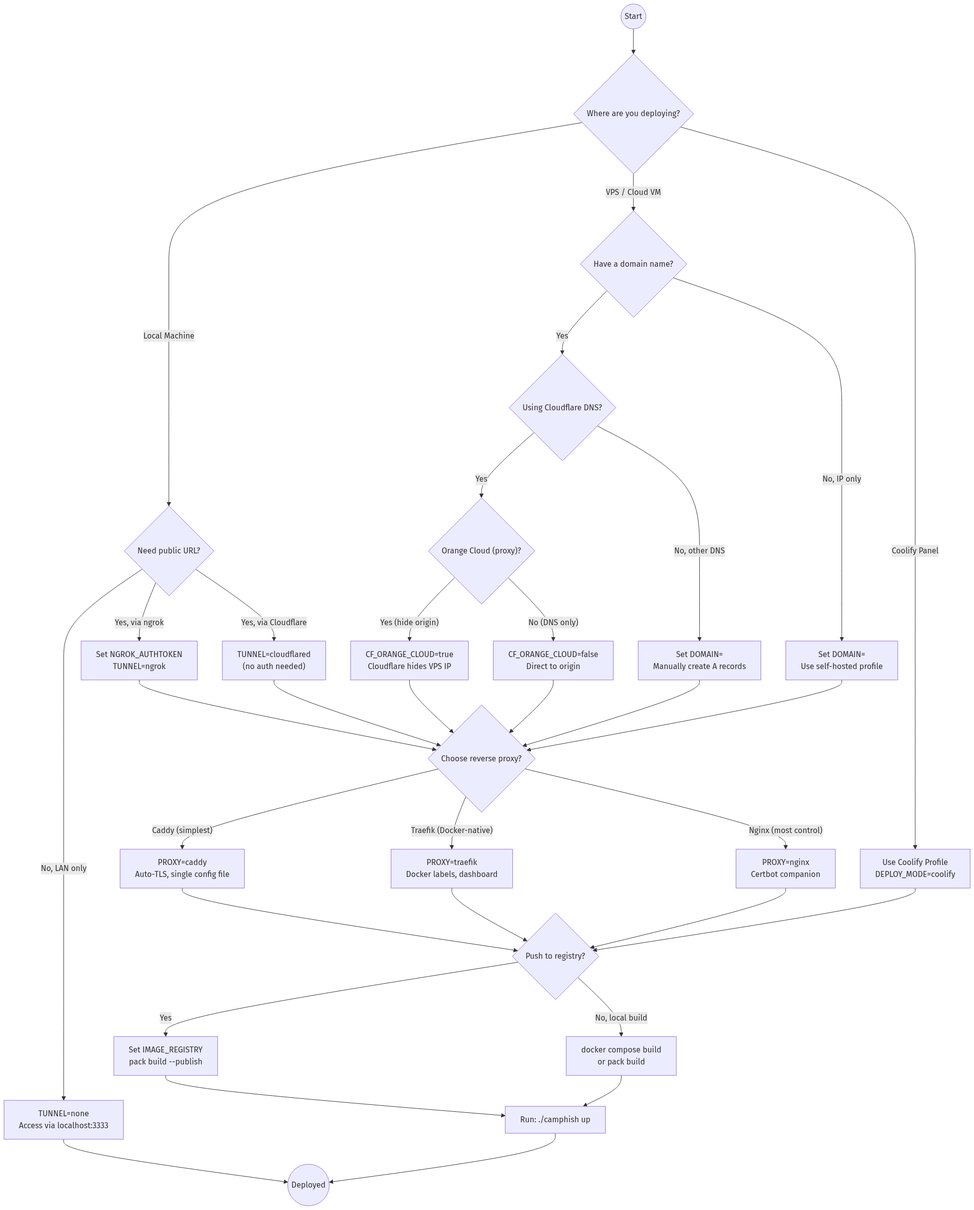
This is docs/diagrams/deployment-decision-tree.png from yashodhank/CamPhish, a Mermaid export, as it was before one commit. Its source is kept beside it as docs/diagrams/deployment-decision-tree.mmd.
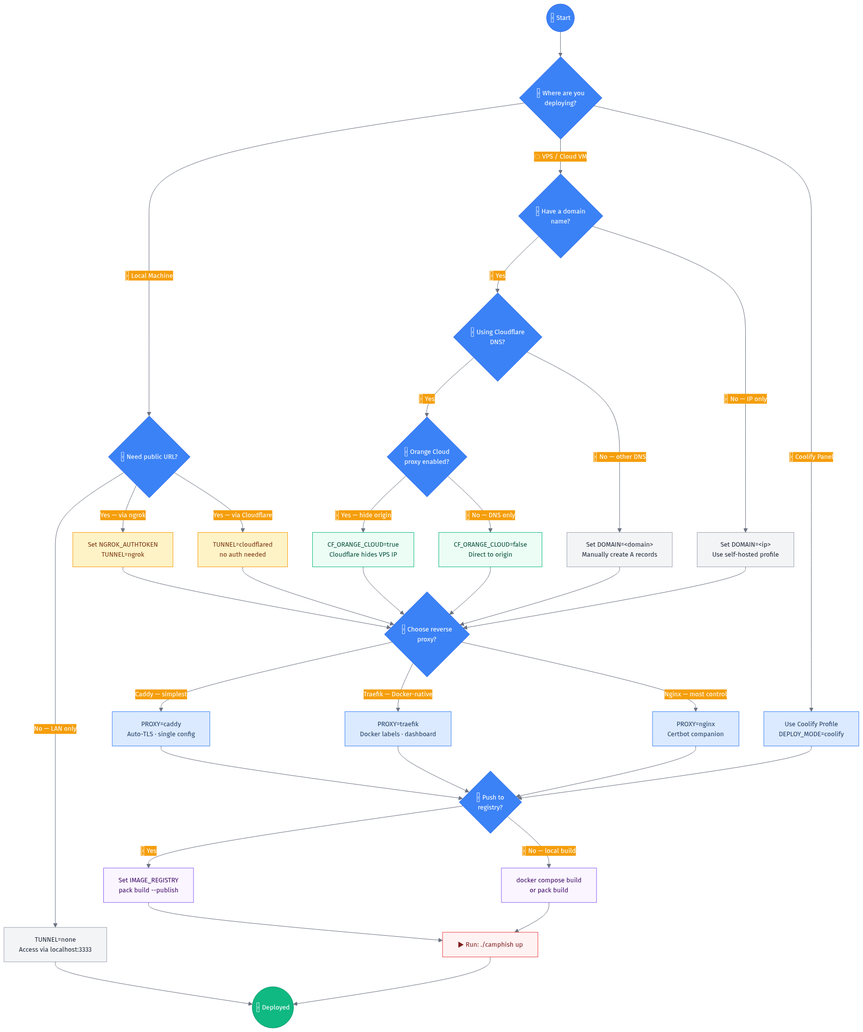
The same file after the commit.

What changed in the source:
```diff
@@ -1,24 +1,25 @@
+%%{init: {'theme': 'base', 'themeVariables': {'primaryColor': '#3b82f6','primaryTextColor': '#ffffff','primaryBorderColor': '#2563eb','lineColor': '#6b7280','secondaryColor': '#f59e0b','tertiaryColor': '#10b981','fontSize': '13px'}}}%%
 flowchart TD
-  START((Start)) --> Q1{"Where are you deploying?"}
+  START((🚀 Start)) --> Q1{"📍 Where are you\n deploying?"}
 
-  Q1 -->|"Local Machine"| Q2{"Need public URL?"}
-  Q1 -->|"VPS / Cloud VM"| Q3{"Have a domain name?"}
-  Q1 -->|"Coolify Panel"| COOLIFY["Use Coolify Profile\nDEPLOY_MODE=coolify"]
+  Q1 -->|"🖥 Local Machine"| Q2{"🔗 Need public URL?"}
+  Q1 -->|"☁ VPS / Cloud VM"| Q3{"🌐 Have a domain\n name?"}
+  Q1 -->|"📦 Coolify Panel"| COOLIFY["Use Coolify Profile\nDEPLOY_MODE=coolify"]
 
-  Q2 -->|"Yes, via ngrok"| NGROK_SETUP["Set NGROK_AUTHTOKEN\nTUNNEL=ngrok"]
-  Q2 -->|"Yes, via Cloudflare"| CF_SETUP["TUNNEL=cloudflared\n(no auth needed)"]
-  Q2 -->|"No, LAN only"| LAN["TUNNEL=none\nAccess via localhost:3333"]
+  Q2 -->|"Yes — via ngrok"| NGROK_SETUP["Set NGROK_AUTHTOKEN\nTUNNEL=ngrok"]
+  Q2 -->|"Yes — via Cloudflare"| CF_SETUP["TUNNEL=cloudflared\nno auth needed"]
+  Q2 -->|"No — LAN only"| LAN["TUNNEL=none\nAccess via localhost:3333"]
 
-  Q3 -->|"Yes"| Q4{"Using Cloudflare DNS?"}
-  Q3 -->|"No, IP only"| IP_ONLY["Set DOMAIN=<ip>\nUse self-hosted profile"]
+  Q3 -->|"✅ Yes"| Q4{"🛡 Using Cloudflare\n DNS?"}
+  Q3 -->|"❌ No — IP only"| IP_ONLY["Set DOMAIN=&lt;ip&gt;\nUse self-hosted profile"]
 
-  Q4 -->|"Yes"| Q5{"Orange Cloud (proxy)?"}
-  Q4 -->|"No, other DNS"| MANUAL_DNS["Set DOMAIN=<domain>\nManually create A records"]
+  Q4 -->|"✅ Yes"| Q5{"🟠 Orange Cloud\n proxy enabled?"}
+  Q4 -->|"❌ No — other DNS"| MANUAL_DNS["Set DOMAIN=&lt;domain&gt;\nManually create A records"]
 
-  Q5 -->|"Yes (hide origin)"| CF_PROXY["CF_ORANGE_CLOUD=true\nCloudflare hides VPS IP"]
-  Q5 -->|"No (DNS only)"| CF_DNS_ONLY["CF_ORANGE_CLOUD=false\nDirect to origin"]
+  Q5 -->|"✅ Yes — hide origin"| CF_PROXY["CF_ORANGE_CLOUD=true\nCloudflare hides VPS IP"]
+  Q5 -->|"❌ No — DNS only"| CF_DNS_ONLY["CF_ORANGE_CLOUD=false\nDirect to origin"]
 
-  NGROK_SETUP --> Q6{"Choose reverse proxy?"}
+  NGROK_SETUP --> Q6{"🔀 Choose reverse\n proxy?"}
   CF_SETUP --> Q6
   LAN --> DONE
 
@@ -27,19 +28,36 @@
   MANUAL_DNS --> Q6
   IP_ONLY --> Q6
 
-  Q6 -->|"Caddy (simplest)"| CADDY["PROXY=caddy\nAuto-TLS, single config file"]
-  Q6 -->|"Traefik (Docker-native)"| TRAEFIK["PROXY=traefik\nDocker labels, dashboard"]
-  Q6 -->|"Nginx (most control)"| NGINX["PROXY=nginx\nCertbot companion"]
+  Q6 -->|"Caddy — simplest"| CADDY["PROXY=caddy\nAuto-TLS · single config"]
+  Q6 -->|"Traefik — Docker-native"| TRAEFIK["PROXY=traefik\nDocker labels · dashboard"]
+  Q6 -->|"Nginx — most control"| NGINX["PROXY=nginx\nCertbot companion"]
 
-  CADDY --> Q7{"Push to registry?"}
+  CADDY --> Q7{"📦 Push to\n registry?"}
   TRAEFIK --> Q7
   NGINX --> Q7
   COOLIFY --> Q7
 
-  Q7 -->|"Yes"| REGISTRY["Set IMAGE_REGISTRY\npack build --publish"]
-  Q7 -->|"No, local build"| LOCAL_BUILD["docker compose build\nor pack build"]
+  Q7 -->|"✅ Yes"| REGISTRY["Set IMAGE_REGISTRY\npack build --publish"]
+  Q7 -->|"❌ No — local build"| LOCAL_BUILD["docker compose build\nor pack build"]
 
-  REGISTRY --> DEPLOY["Run: ./camphish up"]
+  REGISTRY --> DEPLOY["▶ Run: ./camphish up"]
   LOCAL_BUILD --> DEPLOY
 
-  DEPLOY --> DONE((Deployed))
+  DEPLOY --> DONE((✅ Deployed))
+
+  style START fill:#3b82f6,stroke:#2563eb,color:#ffffff
+  style DONE fill:#10b981,stroke:#059669,color:#ffffff
+  style COOLIFY fill:#dbeafe,stroke:#3b82f6,color:#1e3a5f
+  style NGROK_SETUP fill:#fef3c7,stroke:#f59e0b,color:#78350f
+  style CF_SETUP fill:#fef3c7,stroke:#f59e0b,color:#78350f
+  style LAN fill:#f3f4f6,stroke:#9ca3af,color:#1f2937
+  style IP_ONLY fill:#f3f4f6,stroke:#9ca3af,color:#1f2937
+  style MANUAL_DNS fill:#f3f4f6,stroke:#9ca3af,color:#1f2937
+  style CF_PROXY fill:#ecfdf5,stroke:#10b981,color:#064e3b
+  style CF_DNS_ONLY fill:#ecfdf5,stroke:#10b981,color:#064e3b
+  style CADDY fill:#dbeafe,stroke:#3b82f6,color:#1e3a5f
+  style TRAEFIK fill:#dbeafe,stroke:#3b82f6,color:#1e3a5f
+  style NGINX fill:#dbeafe,stroke:#3b82f6,color:#1e3a5f
+  style REGISTRY fill:#faf5ff,stroke:#8b5cf6,color:#3b0764
+  style LOCAL_BUILD fill:#faf5ff,stroke:#8b5cf6,color:#3b0764
+  style DEPLOY fill:#fef2f2,stroke:#ef4444,color:#7f1d1d
```
